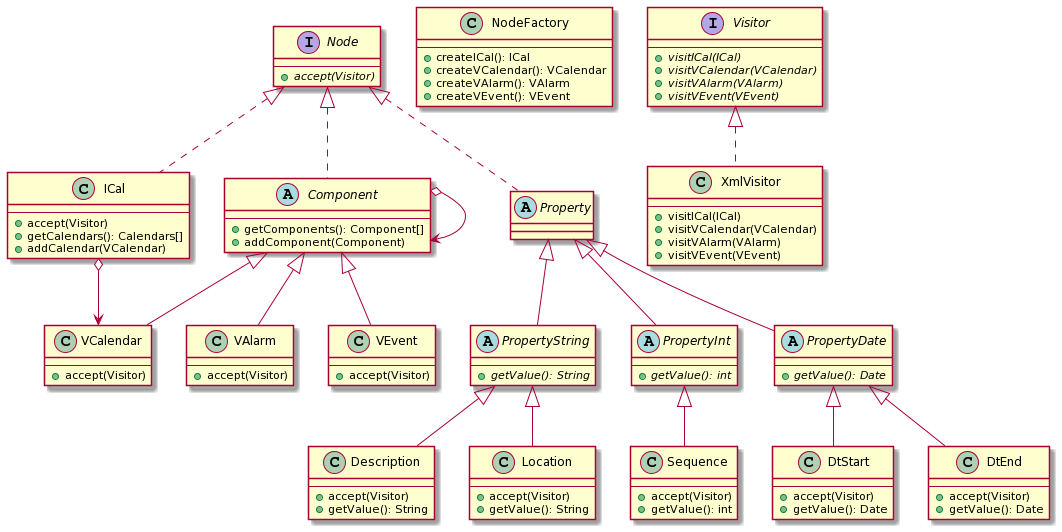
Before: images/uml-ast.png, a diagram exported from PlantUML (lfenart/ICalParser). The source it was exported from:
```plantuml
@startuml
interface Node {
--
    + {abstract} accept(Visitor)
}

class ICal {
--
    + accept(Visitor)
    + getCalendars(): Calendars[]
    + addCalendar(VCalendar)
}

abstract class Component {
--
    + getComponents(): Component[]
    + addComponent(Component)
}

class VCalendar {
--
    + accept(Visitor)
}

class VAlarm {
--
    + accept(Visitor)
}

class VEvent {
--
    + accept(Visitor)
}

abstract class Property {

}

abstract class PropertyString {
--
    + {abstract} getValue(): String
}

abstract class PropertyInt {
--
    + {abstract} getValue(): int
}

abstract class PropertyDate {
--
    + {abstract} getValue(): Date
}

class Description {
--
    + accept(Visitor)
    + getValue(): String
}

class Location {
--
    + accept(Visitor)
    + getValue(): String
}

class Sequence {
--
    + accept(Visitor)
    + getValue(): int
}

class DtStart {
--
    + accept(Visitor)
    + getValue(): Date
}

class DtEnd {
--
    + accept(Visitor)
    + getValue(): Date
}

class NodeFactory {
--
    + createICal(): ICal
    + createVCalendar(): VCalendar
    + createVAlarm(): VAlarm
    + createVEvent(): VEvent
}

interface Visitor {
--
    + {abstract} visitICal(ICal)
    + {abstract} visitVCalendar(VCalendar)
    + {abstract} visitVAlarm(VAlarm)
    + {abstract} visitVEvent(VEvent)
}

class XmlVisitor {
--
    + visitICal(ICal)
    + visitVCalendar(VCalendar)
    + visitVAlarm(VAlarm)
    + visitVEvent(VEvent)
}

Node <|.. ICal
Node <|.. Component
Node <|.. Property
Component <|-- VCalendar
Component <|-- VAlarm
Component <|-- VEvent
Property <|-- PropertyString
Property <|-- PropertyInt
Property <|-- PropertyDate
PropertyString <|-- Description
PropertyString <|-- Location
PropertyInt <|-- Sequence
PropertyDate <|-- DtStart
PropertyDate <|-- DtEnd

Visitor <|.. XmlVisitor

ICal o--> VCalendar
Component o--> Component
@enduml
```
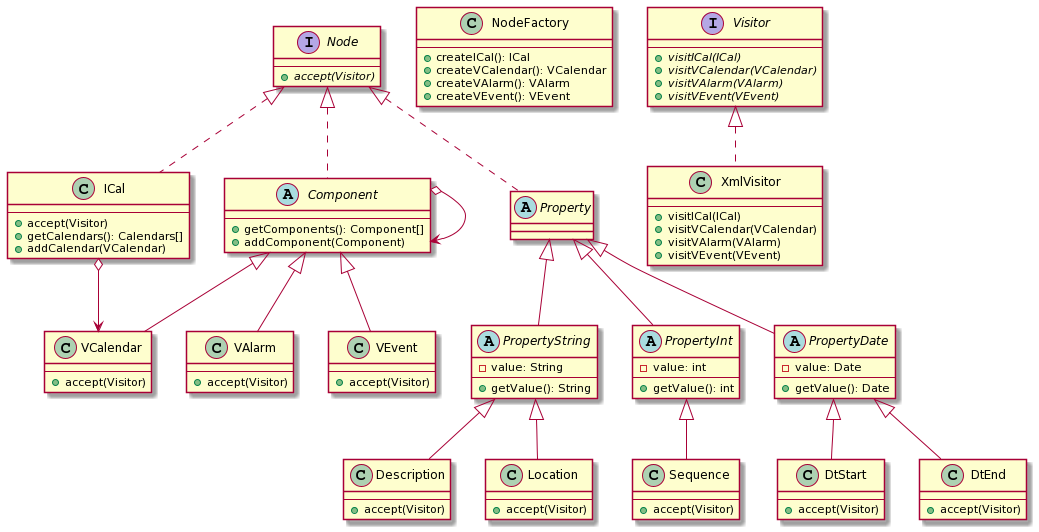
The same file after the commit.

Change to the diagram source:
```diff
@@ -1,35 +1,35 @@
 @startuml
 interface Node {
 --
-    + {abstract} accept(Visitor)
+	+ {abstract} accept(Visitor)
 }
 
 class ICal {
 --
-    + accept(Visitor)
-    + getCalendars(): Calendars[]
-    + addCalendar(VCalendar)
+	+ accept(Visitor)
+	+ getCalendars(): Calendars[]
+	+ addCalendar(VCalendar)
 }
 
 abstract class Component {
 --
-    + getComponents(): Component[]
-    + addComponent(Component)
+	+ getComponents(): Component[]
+	+ addComponent(Component)
 }
 
 class VCalendar {
 --
-    + accept(Visitor)
+	+ accept(Visitor)
 }
 
 class VAlarm {
 --
-    + accept(Visitor)
+	+ accept(Visitor)
 }
 
 class VEvent {
 --
-    + accept(Visitor)
+	+ accept(Visitor)
 }
 
 abstract class Property {
@@ -37,72 +37,70 @@
 }
 
 abstract class PropertyString {
+	- value: String
 --
-    + {abstract} getValue(): String
+	+ getValue(): String
 }
 
 abstract class PropertyInt {
+	- value: int
 --
-    + {abstract} getValue(): int
+	+ getValue(): int
 }
 
 abstract class PropertyDate {
+	- value: Date
 --
-    + {abstract} getValue(): Date
+	+ getValue(): Date
 }
 
 class Description {
 --
-    + accept(Visitor)
-    + getValue(): String
+	+ accept(Visitor)
 }
 
 class Location {
 --
-    + accept(Visitor)
-    + getValue(): String
+	+ accept(Visitor)
 }
 
 class Sequence {
 --
-    + accept(Visitor)
-    + getValue(): int
+	+ accept(Visitor)
 }
 
 class DtStart {
 --
-    + accept(Visitor)
-    + getValue(): Date
+	+ accept(Visitor)
 }
 
 class DtEnd {
 --
-    + accept(Visitor)
-    + getValue(): Date
+	+ accept(Visitor)
 }
 
 class NodeFactory {
 --
-    + createICal(): ICal
-    + createVCalendar(): VCalendar
-    + createVAlarm(): VAlarm
-    + createVEvent(): VEvent
+	+ createICal(): ICal
+	+ createVCalendar(): VCalendar
+	+ createVAlarm(): VAlarm
+	+ createVEvent(): VEvent
 }
 
 interface Visitor {
 --
-    + {abstract} visitICal(ICal)
-    + {abstract} visitVCalendar(VCalendar)
-    + {abstract} visitVAlarm(VAlarm)
-    + {abstract} visitVEvent(VEvent)
+	+ {abstract} visitICal(ICal)
+	+ {abstract} visitVCalendar(VCalendar)
+	+ {abstract} visitVAlarm(VAlarm)
+	+ {abstract} visitVEvent(VEvent)
 }
 
 class XmlVisitor {
 --
-    + visitICal(ICal)
-    + visitVCalendar(VCalendar)
-    + visitVAlarm(VAlarm)
-    + visitVEvent(VEvent)
+	+ visitICal(ICal)
+	+ visitVCalendar(VCalendar)
+	+ visitVAlarm(VAlarm)
+	+ visitVEvent(VEvent)
 }
 
 Node <|.. ICal
```
